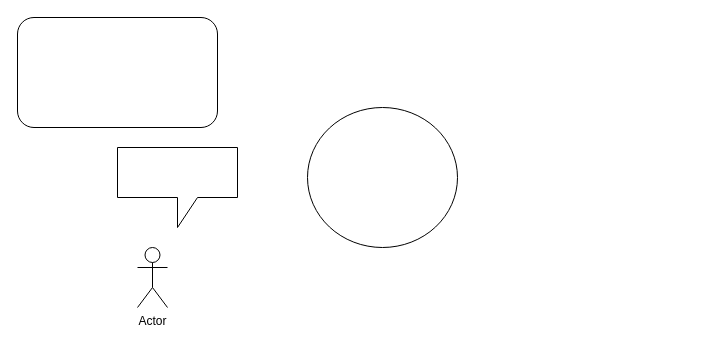
Above: Diagrama sem nome.drawio in Zaibam/Desenvolvimento-De-Sistemas-1 (draw.io), before the change. Source tidied: cells renumbered, new cells numbered last; positions are measured from the earlier drawing's top-left corner, leaving out a move shared by most shapes. Both pictures are drawn from the tidied source at 100%, with x=0, y=0 at pixel (17, 17).
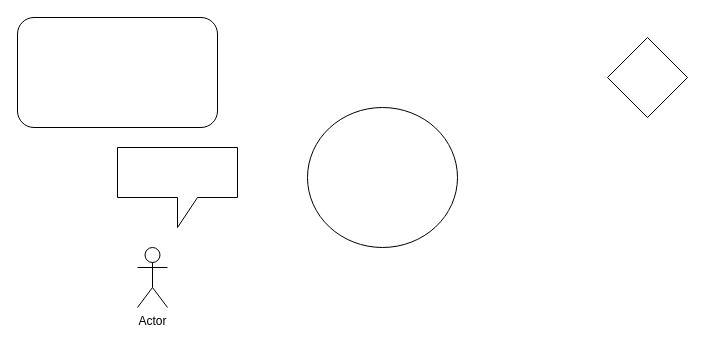
After the change.

Change to the diagram source:
```diff
@@
 <mxGraphModel>
   <root>
     <mxCell id="0" />
     <mxCell id="1" parent="0" />
     <mxCell id="2" style="ellipse;whiteSpace=wrap;html=1;" parent="1" vertex="1">
       <mxGeometry x="290" y="90" width="150" height="140" as="geometry" />
     </mxCell>
     <mxCell id="3" style="rounded=1;whiteSpace=wrap;html=1;" parent="1" vertex="1">
       <mxGeometry width="200" height="110" as="geometry" />
     </mxCell>
     <mxCell id="4" value="Actor" style="shape=umlActor;verticalLabelPosition=bottom;verticalAlign=top;html=1;" parent="1" vertex="1">
       <mxGeometry x="120" y="230" width="30" height="60" as="geometry" />
     </mxCell>
     <mxCell id="5" style="shape=callout;whiteSpace=wrap;html=1;perimeter=calloutPerimeter;" parent="1" vertex="1">
       <mxGeometry x="100" y="130" width="120" height="80" as="geometry" />
     </mxCell>
+    <mxCell id="6" style="rhombus;whiteSpace=wrap;html=1;" parent="1" vertex="1">
+      <mxGeometry x="590" y="20" width="80" height="80" as="geometry" />
+    </mxCell>
   </root>
 </mxGraphModel>
```
